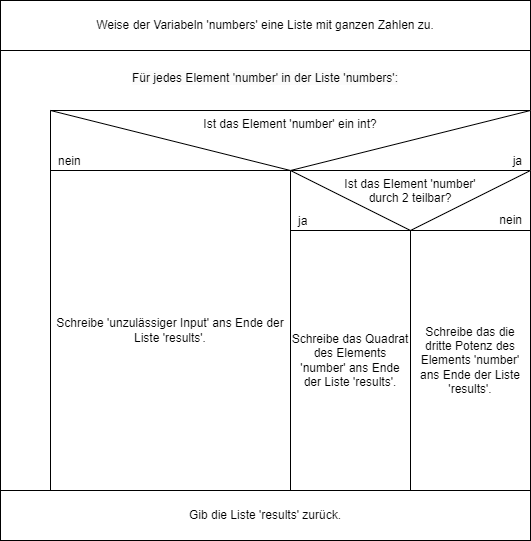
Earlier version of the draw.io export visualisierung/struktogram.png (Jacques-Mock-Schindler/Studienleistung1). Source tidied: cells renumbered, new cells last; positions are measured from the earlier drawing's top-left corner, leaving out a move shared by most shapes. Source of this version:
```xml
<mxGraphModel>
  <root>
    <mxCell id="0" />
    <mxCell id="1" parent="0" />
    <mxCell id="2" value="&#10;&lt;span style=&quot;color: rgb(0, 0, 0); font-family: Helvetica; font-size: 12px; font-style: normal; font-variant-ligatures: normal; font-variant-caps: normal; font-weight: 400; letter-spacing: normal; orphans: 2; text-align: center; text-indent: 0px; text-transform: none; widows: 2; word-spacing: 0px; -webkit-text-stroke-width: 0px; background-color: rgb(251, 251, 251); text-decoration-thickness: initial; text-decoration-style: initial; text-decoration-color: initial; float: none; display: inline !important;&quot;&gt;Für jedes Element 'number' in der Liste 'numbers':&lt;/span&gt;&#10;&#10;" style="rounded=0;whiteSpace=wrap;html=1;verticalAlign=top;" parent="1" vertex="1">
      <mxGeometry y="50" width="530" height="440" as="geometry" />
    </mxCell>
    <mxCell id="3" style="rounded=0;whiteSpace=wrap;html=1;" parent="1" vertex="1">
      <mxGeometry x="50" y="110" width="480" height="380" as="geometry" />
    </mxCell>
    <mxCell id="4" value="nein" style="html=1;dashed=0;whiteSpace=wrap;verticalAlign=bottom;align=left;spacingLeft=6;" parent="1" vertex="1">
      <mxGeometry x="50" y="110" width="240" height="60" as="geometry" />
    </mxCell>
    <mxCell id="5" value="ja" style="html=1;dashed=0;whiteSpace=wrap;align=right;verticalAlign=bottom;spacingRight=6;" parent="1" vertex="1">
      <mxGeometry x="290" y="110" width="240" height="60" as="geometry" />
    </mxCell>
    <mxCell id="6" value="Ist das Element 'number' ein int?" style="triangle;whiteSpace=wrap;html=1;dashed=0;direction=south;verticalAlign=top;" parent="1" vertex="1">
      <mxGeometry x="50" y="110" width="480" height="60" as="geometry" />
    </mxCell>
    <mxCell id="7" value="Schreibe 'unzulässiger Input' ans Ende der Liste 'results'." style="html=1;dashed=0;whiteSpace=wrap;" parent="1" vertex="1">
      <mxGeometry x="50" y="170" width="240" height="320" as="geometry" />
    </mxCell>
    <mxCell id="8" value="ja" style="html=1;dashed=0;whiteSpace=wrap;verticalAlign=bottom;align=left;spacingLeft=6;" parent="1" vertex="1">
      <mxGeometry x="290" y="170" width="120" height="60" as="geometry" />
    </mxCell>
    <mxCell id="9" value="nein" style="html=1;dashed=0;whiteSpace=wrap;verticalAlign=bottom;spacingBottom=1;align=right;spacingRight=6;" parent="1" vertex="1">
      <mxGeometry x="410" y="170" width="120" height="60" as="geometry" />
    </mxCell>
    <mxCell id="10" value="Ist das Element 'number'&lt;br&gt;durch 2 teilbar?" style="triangle;whiteSpace=wrap;html=1;dashed=0;direction=south;verticalAlign=top;" parent="1" vertex="1">
      <mxGeometry x="290" y="170" width="240" height="60" as="geometry" />
    </mxCell>
    <mxCell id="11" value="Schreibe das Quadrat des Elements 'number' ans Ende der Liste 'results'." style="html=1;dashed=0;whiteSpace=wrap;" parent="1" vertex="1">
      <mxGeometry x="290" y="230" width="120" height="260" as="geometry" />
    </mxCell>
    <mxCell id="12" value="Schreibe das die dritte Potenz des Elements 'number' ans Ende der Liste 'results'." style="html=1;dashed=0;whiteSpace=wrap;" parent="1" vertex="1">
      <mxGeometry x="410" y="230" width="120" height="260" as="geometry" />
    </mxCell>
    <mxCell id="13" value="Gib die Liste 'results' zurück." style="html=1;dashed=0;whiteSpace=wrap;" parent="1" vertex="1">
      <mxGeometry y="490" width="530" height="50" as="geometry" />
    </mxCell>
    <mxCell id="14" value="Weise der Variabeln 'numbers' eine Liste mit ganzen Zahlen zu." style="html=1;dashed=0;whiteSpace=wrap;" parent="1" vertex="1">
      <mxGeometry width="530" height="50" as="geometry" />
    </mxCell>
  </root>
</mxGraphModel>
```
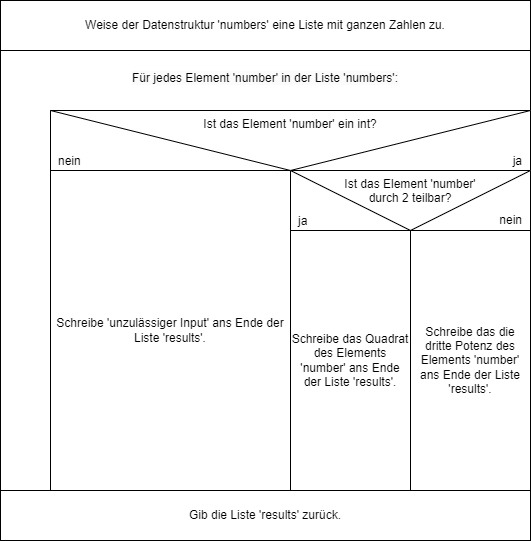
Above is the later version.

Commit message:
Passe die Begrifflichkeit in den Diagrammen an

The edit, as a diff of the source:
```diff
@@ -38,7 +38,7 @@
     <mxCell id="13" value="Gib die Liste 'results' zurück." style="html=1;dashed=0;whiteSpace=wrap;" parent="1" vertex="1">
       <mxGeometry y="490" width="530" height="50" as="geometry" />
     </mxCell>
-    <mxCell id="14" value="Weise der Variabeln 'numbers' eine Liste mit ganzen Zahlen zu." style="html=1;dashed=0;whiteSpace=wrap;" parent="1" vertex="1">
+    <mxCell id="14" value="Weise der Datenstruktur 'numbers' eine Liste mit ganzen Zahlen zu." style="html=1;dashed=0;whiteSpace=wrap;" parent="1" vertex="1">
       <mxGeometry width="530" height="50" as="geometry" />
     </mxCell>
   </root>
```
